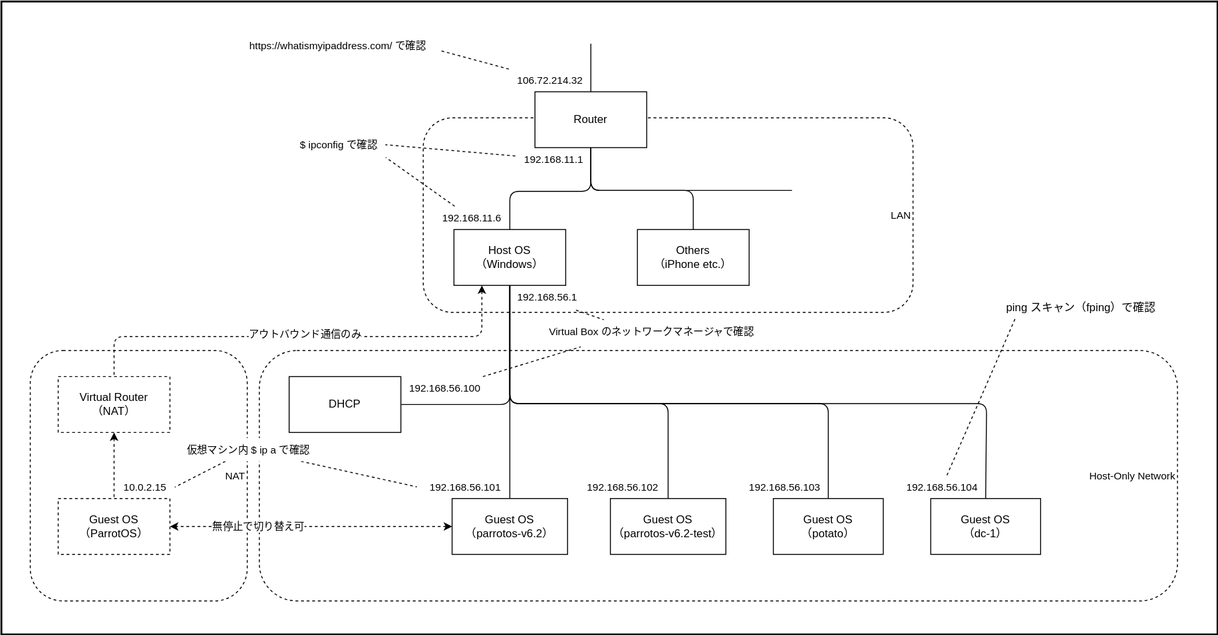
Before: diagrams/network-of-hacking-lab.drawio.svg, a diagram exported from draw.io (SOUSUKEKUROSAWA/drawio). Source tidied: cells renumbered, new cells last; positions are measured from the earlier drawing's top-left corner, leaving out a move shared by most shapes.
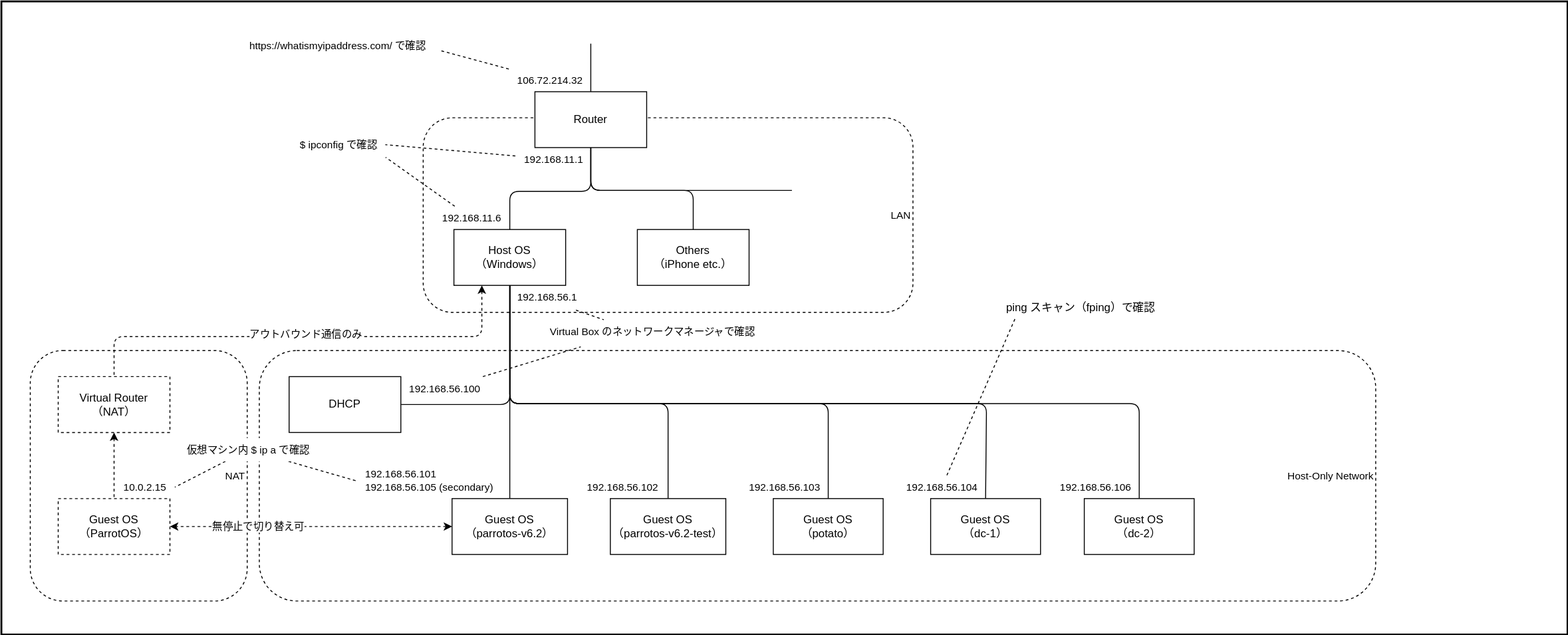
The same diagram one commit later.

Change to the diagram source:
```diff
@@ -3,13 +3,13 @@
     <mxCell id="0" />
     <mxCell id="1" parent="0" />
     <mxCell id="2" style="rounded=0;whiteSpace=wrap;html=1;strokeWidth=2;" parent="1" vertex="1">
-      <mxGeometry width="1306" height="680" as="geometry" />
+      <mxGeometry width="1682" height="680" as="geometry" />
     </mxCell>
     <mxCell id="3" value="NAT&amp;nbsp;" style="rounded=1;whiteSpace=wrap;html=1;fontSize=11;fontColor=#000000;fillColor=none;dashed=1;align=right;" parent="1" vertex="1">
       <mxGeometry x="31" y="375" width="233" height="269" as="geometry" />
     </mxCell>
     <mxCell id="4" value="Host-Only Network&amp;nbsp;" style="rounded=1;whiteSpace=wrap;html=1;fontSize=11;fontColor=#000000;fillColor=none;dashed=1;align=right;" parent="1" vertex="1">
-      <mxGeometry x="277" y="375" width="986" height="269" as="geometry" />
+      <mxGeometry x="277" y="375" width="1199" height="269" as="geometry" />
     </mxCell>
     <mxCell id="5" value="LAN&amp;nbsp;" style="rounded=1;whiteSpace=wrap;html=1;fontSize=11;fontColor=#000000;fillColor=none;dashed=1;align=right;" parent="1" vertex="1">
       <mxGeometry x="453" y="125" width="526" height="209" as="geometry" />
@@ -99,6 +99,14 @@
         </Array>
       </mxGeometry>
     </mxCell>
+    <mxCell id="53" style="edgeStyle=none;html=1;entryX=0.5;entryY=0;entryDx=0;entryDy=0;endArrow=none;endFill=0;" parent="1" edge="1" source="20" target="54">
+      <mxGeometry relative="1" as="geometry">
+        <Array as="points">
+          <mxPoint x="546" y="432" />
+          <mxPoint x="1222" y="432" />
+        </Array>
+      </mxGeometry>
+    </mxCell>
     <mxCell id="20" value="Host OS&lt;br&gt;（Windows）" style="rounded=0;whiteSpace=wrap;html=1;" parent="1" vertex="1">
       <mxGeometry x="486" y="245" width="120" height="60" as="geometry" />
     </mxCell>
@@ -152,8 +160,8 @@
     <mxCell id="36" value="Virtual Box のネットワークマネージャで確認" style="text;html=1;align=center;verticalAlign=middle;points=[];strokeColor=none;fillColor=none;fontSize=11;fontColor=#000000;" parent="1" vertex="1">
       <mxGeometry x="579" y="342" width="239" height="25" as="geometry" />
     </mxCell>
-    <mxCell id="37" value="192.168.56.101" style="text;html=1;align=center;verticalAlign=middle;points=[];strokeColor=none;fillColor=none;fontSize=11;fontColor=#000000;" parent="1" vertex="1">
-      <mxGeometry x="451" y="509" width="94" height="25" as="geometry" />
+    <mxCell id="37" value="192.168.56.101&lt;br&gt;192.168.56.105 (secondary)" style="text;html=1;align=left;verticalAlign=middle;points=[];strokeColor=none;fillColor=none;fontSize=11;fontColor=#000000;" parent="1" vertex="1">
+      <mxGeometry x="389" y="496" width="156" height="38" as="geometry" />
     </mxCell>
     <mxCell id="38" style="edgeStyle=none;html=1;entryX=-0.052;entryY=0.498;entryDx=0;entryDy=0;entryPerimeter=0;dashed=1;fontSize=11;fontColor=#000000;endArrow=none;endFill=0;" parent="1" edge="1" source="40" target="37">
       <mxGeometry relative="1" as="geometry" />
@@ -200,5 +208,11 @@
     <mxCell id="52" value="ping スキャン（fping）で確認" style="text;html=1;align=center;verticalAlign=middle;points=[];strokeColor=none;fillColor=none;" parent="1" vertex="1">
       <mxGeometry x="1070" y="316" width="178" height="26" as="geometry" />
     </mxCell>
+    <mxCell id="54" value="Guest OS&lt;br&gt;（dc-2）" style="rounded=0;whiteSpace=wrap;html=1;" parent="1" vertex="1">
+      <mxGeometry x="1163" y="534" width="118" height="60" as="geometry" />
+    </mxCell>
+    <mxCell id="55" value="192.168.56.106" style="text;html=1;align=center;verticalAlign=middle;strokeColor=none;fillColor=none;fontSize=11;fontColor=#000000;" parent="1" vertex="1">
+      <mxGeometry x="1128" y="509" width="94" height="25" as="geometry" />
+    </mxCell>
   </root>
 </mxGraphModel>
```
